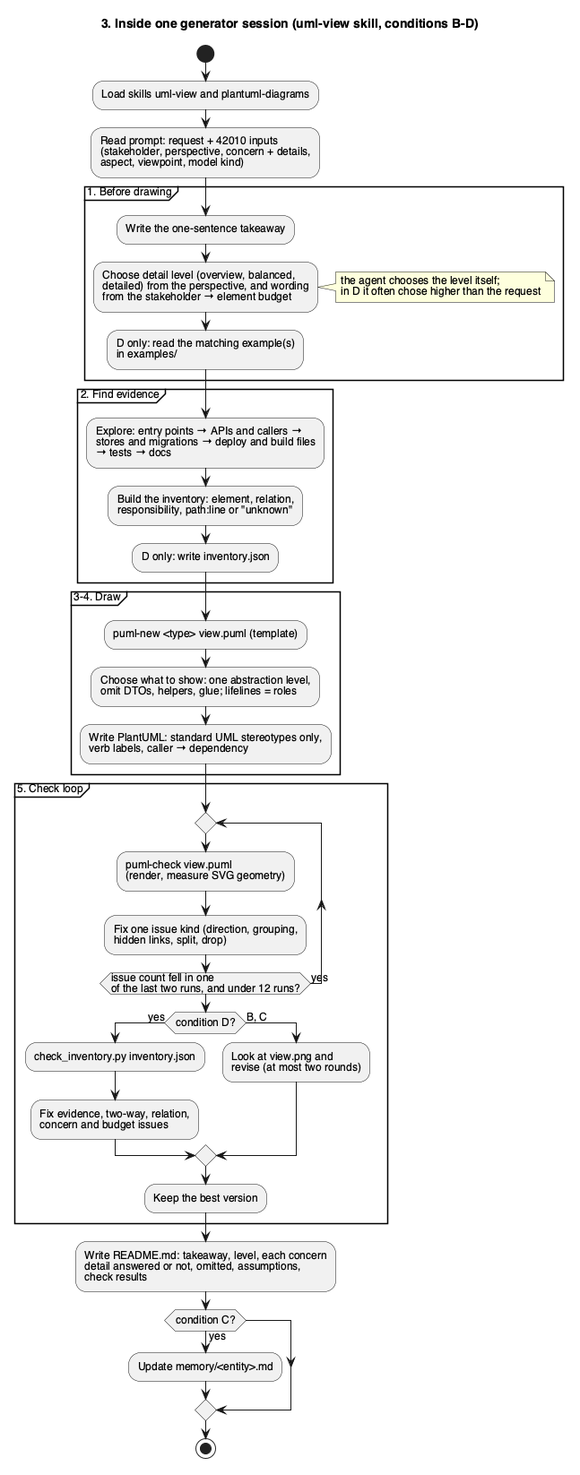
Before: experiments/view-generation-2026-10/docs/agent-session.png, a diagram exported from PlantUML (sa4s-serc/task2View).
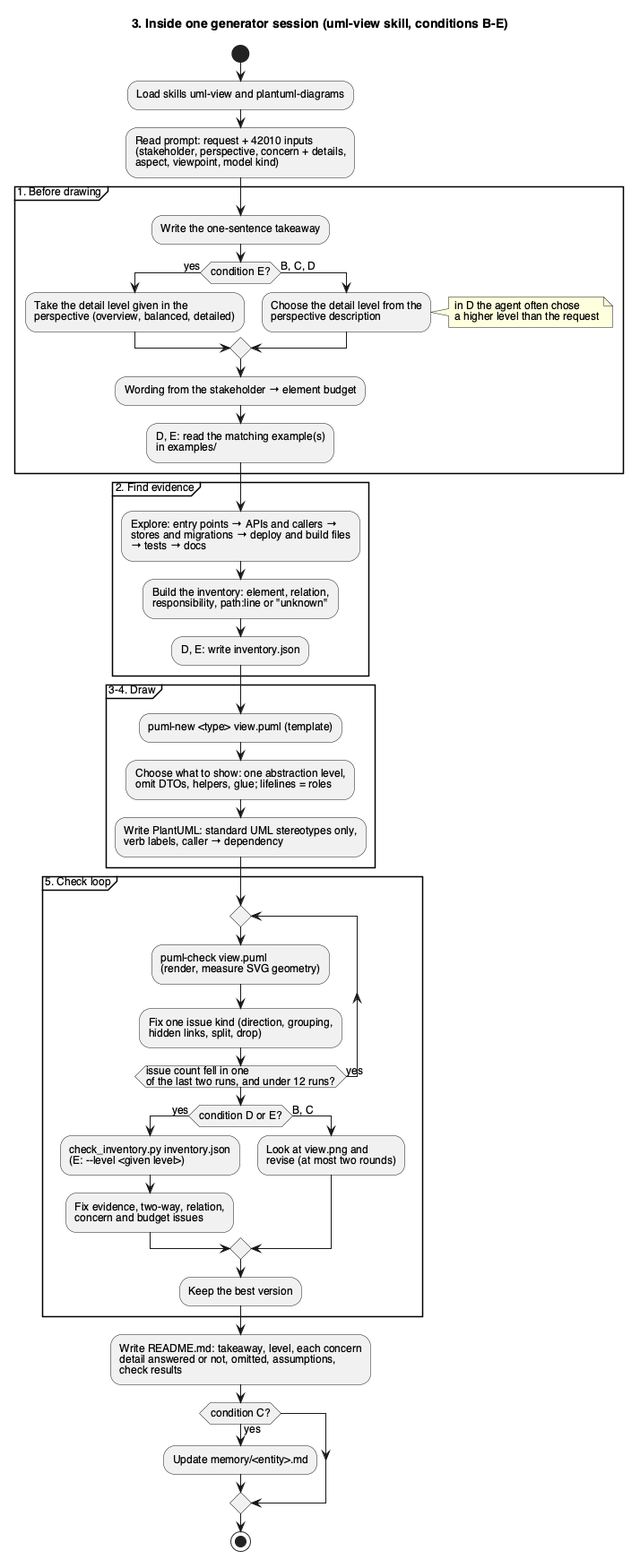
The same diagram one commit later.

Commit message:
docs: implementation diagrams for condition E; add architecture diagram

Diff of the diagram source:
```diff
@@ -1,5 +1,5 @@
 @startuml
-title 3. Inside one generator session (uml-view skill, conditions B-D)
+title 3. Inside one generator session (uml-view skill, conditions B-E)
 skinparam defaultFontName Helvetica
 skinparam defaultFontSize 12
 skinparam ActivityFontSize 12
@@ -11,11 +11,16 @@
 aspect, viewpoint, model kind);
 partition "1. Before drawing" {
   :Write the one-sentence takeaway;
-  :Choose detail level (overview, balanced,
-  detailed) from the perspective, and wording
-  from the stakeholder → element budget;
-  note right: the agent chooses the level itself;\nin D it often chose higher than the request
-  :D only: read the matching example(s)
+  if (condition E?) then (yes)
+    :Take the detail level given in the
+    perspective (overview, balanced, detailed);
+  else (B, C, D)
+    :Choose the detail level from the
+    perspective description;
+    note right: in D the agent often chose\na higher level than the request
+  endif
+  :Wording from the stakeholder → element budget;
+  :D, E: read the matching example(s)
   in examples/;
 }
 partition "2. Find evidence" {
@@ -24,7 +29,7 @@
   → tests → docs;
   :Build the inventory: element, relation,
   responsibility, path:line or "unknown";
-  :D only: write inventory.json;
+  :D, E: write inventory.json;
 }
 partition "3-4. Draw" {
   :puml-new <type> view.puml (template);
@@ -40,8 +45,9 @@
     :Fix one issue kind (direction, grouping,
     hidden links, split, drop);
   repeat while (issue count fell in one\nof the last two runs, and under 12 runs?) is (yes)
-  if (condition D?) then (yes)
-    :check_inventory.py inventory.json;
+  if (condition D or E?) then (yes)
+    :check_inventory.py inventory.json
+    (E: ~--level <given level>);
     :Fix evidence, two-way, relation,
     concern and budget issues;
   else (B, C)
```
